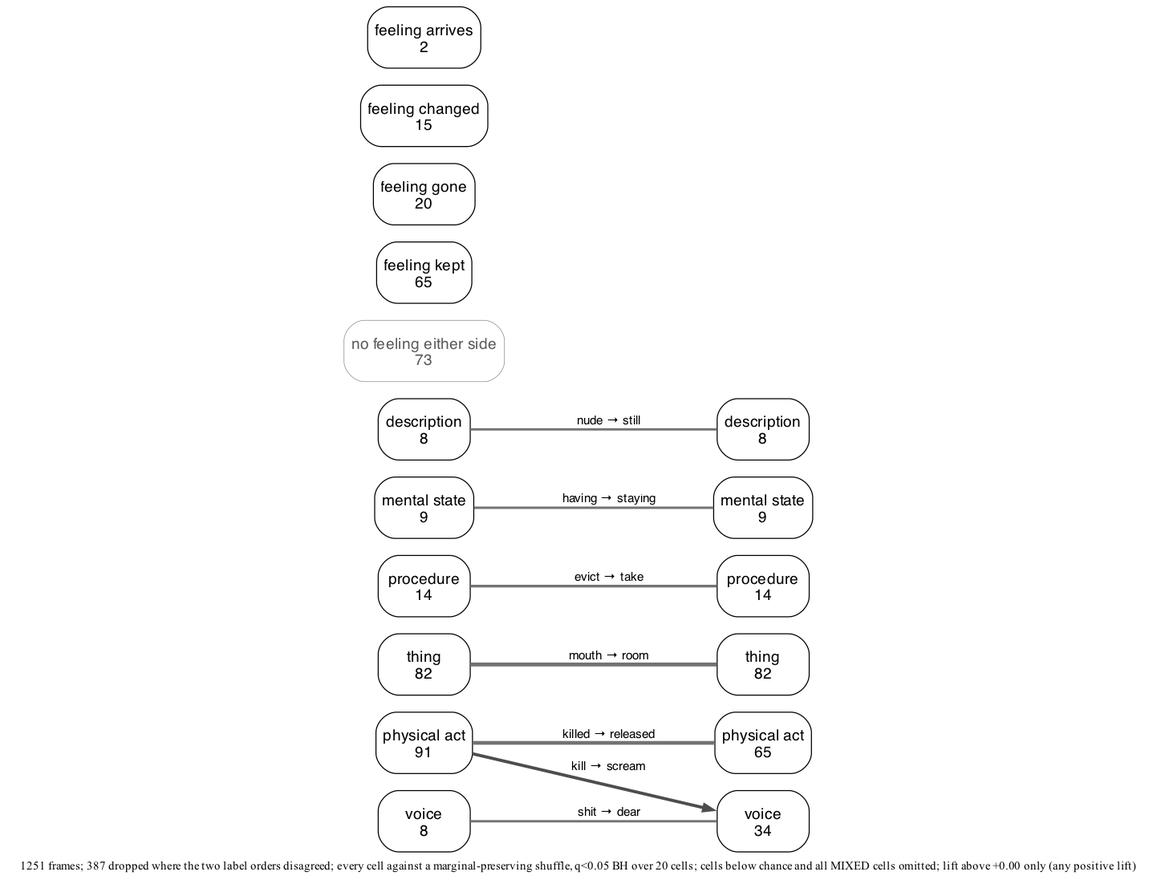
quadrismegistus/malignment keeps this Graphviz diagram as experiments/displacement/freudian_hypothesis/results/kind_flow_en_liftpositive_permutation.png. Above is the earlier version. Its source is kept beside it as experiments/displacement/freudian_hypothesis/results/kind_flow_en_liftpositive_permutation.dot. Its diagram source:
```dot
digraph kindflow {
  rankdir=LR; splines=true; overlap=false;
  size="4.8,5.52!"; ratio=compress;
  bgcolor="white"; nodesep=0.14; ranksep=0.95;
  node [shape=box style="rounded" fontname="Helvetica" fontsize=9 color="black" fontcolor="black" margin="0.06,0.035" penwidth=0.6];
  edge [fontname="Helvetica" fontsize=7.2 color="#4d4d4d" penwidth=0.75 arrowsize=0.5];
  { rank=same;
    "B_PHYSICAL_ACT" [label="physical act\n91"];
    "B_THING" [label="thing\n82"];
    "B_PROCEDURE" [label="procedure\n14"];
    "B_MENTAL_STATE" [label="mental state\n9"];
    "B_DESCRIPTION" [label="description\n8"];
    "B_VOCAL_ACT" [label="voice\n8"];
  }
  { rank=same;
    "A_THING" [label="thing\n82"];
    "A_PHYSICAL_ACT" [label="physical act\n65"];
    "A_VOCAL_ACT" [label="voice\n34"];
    "A_PROCEDURE" [label="procedure\n14"];
    "A_MENTAL_STATE" [label="mental state\n9"];
    "A_DESCRIPTION" [label="description\n8"];
  }
  { rank=same;
    "F_NONE" [label="no feeling either side\n73" penwidth=0.35 color="#8c8c8c" fontcolor="#595959"];
    "F_KEPT" [label="feeling kept\n65"];
    "F_GONE" [label="feeling gone\n20"];
    "F_RECOLORED" [label="feeling changed\n15"];
    "F_INTRODUCED" [label="feeling arrives\n2"];
  }
  "B_THING" -> "A_THING" [label="mouth → room" arrowhead=none color="#737373" penwidth=2.28];
  "B_PHYSICAL_ACT" -> "A_PHYSICAL_ACT" [label="killed → released" arrowhead=none color="#737373" penwidth=2.18];
  "B_PHYSICAL_ACT" -> "A_VOCAL_ACT" [label="kill → scream" penwidth=1.82];
  "B_PROCEDURE" -> "A_PROCEDURE" [label="evict → take" arrowhead=none color="#737373" penwidth=1.59];
  "B_MENTAL_STATE" -> "A_MENTAL_STATE" [label="having → staying" arrowhead=none color="#737373" penwidth=1.43];
  "B_DESCRIPTION" -> "A_DESCRIPTION" [label="nude → still" arrowhead=none color="#737373" penwidth=1.38];
  "B_VOCAL_ACT" -> "A_VOCAL_ACT" [label="shit → dear" arrowhead=none color="#737373" penwidth=1.38];
  labelloc="b"; labeljust="l";
  label=<<font point-size="7.65">1251 frames; 387 dropped where the two label orders disagreed; every cell against a marginal-preserving shuffle, q&lt;0.05 BH over 20 cells; cells below chance and all MIXED cells omitted; lift above +0.00 only (any positive lift)</font>>;
}
```
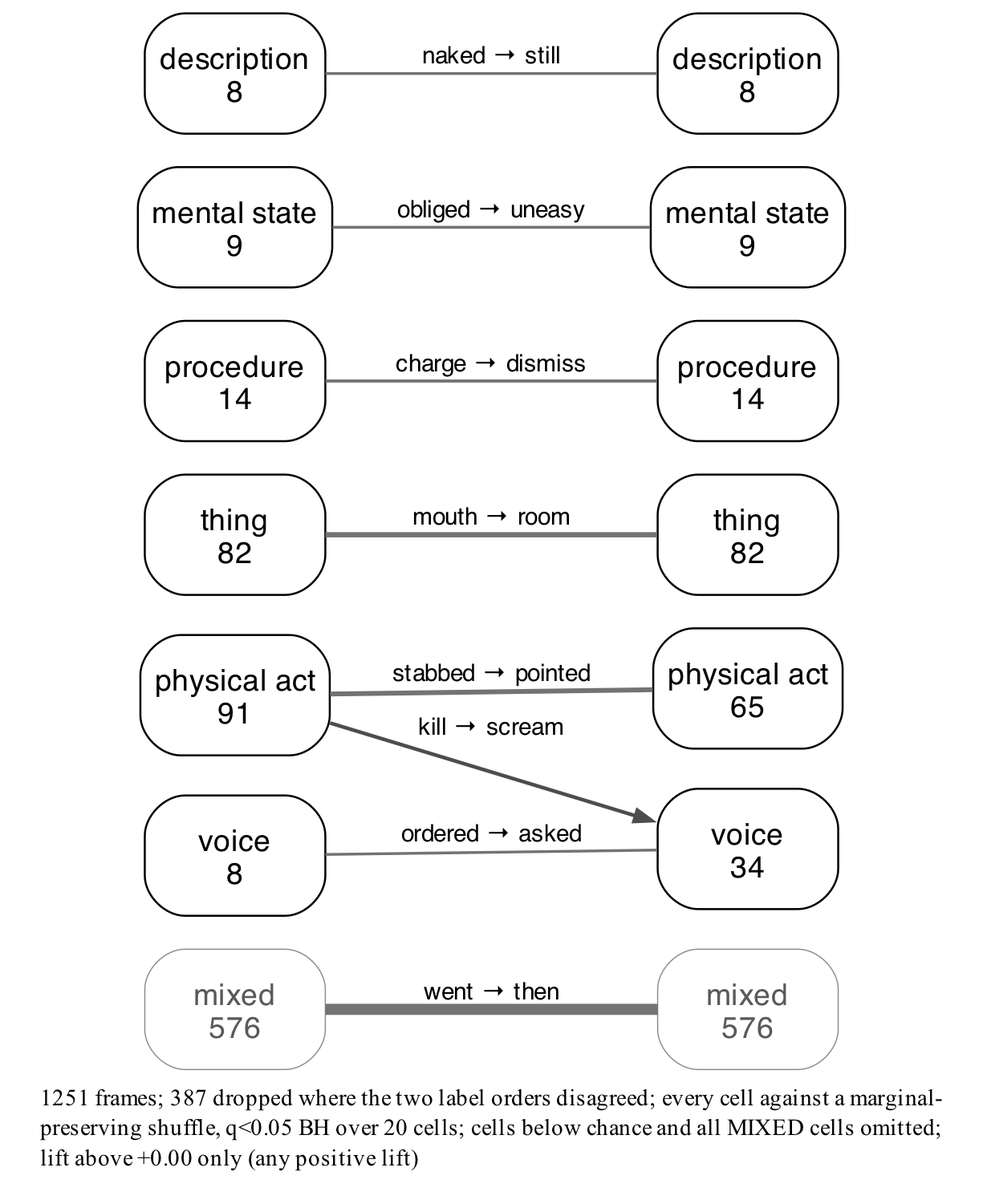
After the change.

Diff of the diagram source:
```diff
@@ -1,10 +1,11 @@
 digraph kindflow {
   rankdir=LR; splines=true; overlap=false;
-  size="4.8,5.52!"; ratio=compress;
-  bgcolor="white"; nodesep=0.14; ranksep=0.95;
+  size="4.8,5.52";
+  bgcolor="white"; nodesep=0.14; ranksep=0.50;
   node [shape=box style="rounded" fontname="Helvetica" fontsize=9 color="black" fontcolor="black" margin="0.06,0.035" penwidth=0.6];
   edge [fontname="Helvetica" fontsize=7.2 color="#4d4d4d" penwidth=0.75 arrowsize=0.5];
   { rank=same;
+    "B_MIXED" [label="mixed\n576" penwidth=0.35 color="#8c8c8c" fontcolor="#595959"];
     "B_PHYSICAL_ACT" [label="physical act\n91"];
     "B_THING" [label="thing\n82"];
     "B_PROCEDURE" [label="procedure\n14"];
@@ -13,6 +14,7 @@
     "B_VOCAL_ACT" [label="voice\n8"];
   }
   { rank=same;
+    "A_MIXED" [label="mixed\n576" penwidth=0.35 color="#8c8c8c" fontcolor="#595959"];
     "A_THING" [label="thing\n82"];
     "A_PHYSICAL_ACT" [label="physical act\n65"];
     "A_VOCAL_ACT" [label="voice\n34"];
@@ -21,19 +23,15 @@
     "A_DESCRIPTION" [label="description\n8"];
   }
   { rank=same;
-    "F_NONE" [label="no feeling either side\n73" penwidth=0.35 color="#8c8c8c" fontcolor="#595959"];
-    "F_KEPT" [label="feeling kept\n65"];
-    "F_GONE" [label="feeling gone\n20"];
-    "F_RECOLORED" [label="feeling changed\n15"];
-    "F_INTRODUCED" [label="feeling arrives\n2"];
   }
-  "B_THING" -> "A_THING" [label="mouth → room" arrowhead=none color="#737373" penwidth=2.28];
-  "B_PHYSICAL_ACT" -> "A_PHYSICAL_ACT" [label="killed → released" arrowhead=none color="#737373" penwidth=2.18];
-  "B_PHYSICAL_ACT" -> "A_VOCAL_ACT" [label="kill → scream" penwidth=1.82];
-  "B_PROCEDURE" -> "A_PROCEDURE" [label="evict → take" arrowhead=none color="#737373" penwidth=1.59];
-  "B_MENTAL_STATE" -> "A_MENTAL_STATE" [label="having → staying" arrowhead=none color="#737373" penwidth=1.43];
-  "B_DESCRIPTION" -> "A_DESCRIPTION" [label="nude → still" arrowhead=none color="#737373" penwidth=1.38];
-  "B_VOCAL_ACT" -> "A_VOCAL_ACT" [label="shit → dear" arrowhead=none color="#737373" penwidth=1.38];
+  "B_MIXED" -> "A_MIXED" [label="went → then" arrowhead=none color="#737373" penwidth=3.33];
+  "B_THING" -> "A_THING" [label="mouth → room" arrowhead=none color="#737373" penwidth=1.57];
+  "B_PHYSICAL_ACT" -> "A_PHYSICAL_ACT" [label="stabbed → pointed" arrowhead=none color="#737373" penwidth=1.45];
+  "B_PHYSICAL_ACT" -> "A_VOCAL_ACT" [label="kill → scream" penwidth=1.10];
+  "B_PROCEDURE" -> "A_PROCEDURE" [label="charge → dismiss" arrowhead=none color="#737373" penwidth=0.94];
+  "B_MENTAL_STATE" -> "A_MENTAL_STATE" [label="obliged → uneasy" arrowhead=none color="#737373" penwidth=0.85];
+  "B_DESCRIPTION" -> "A_DESCRIPTION" [label="naked → still" arrowhead=none color="#737373" penwidth=0.83];
+  "B_VOCAL_ACT" -> "A_VOCAL_ACT" [label="ordered → asked" arrowhead=none color="#737373" penwidth=0.83];
   labelloc="b"; labeljust="l";
-  label=<<font point-size="7.65">1251 frames; 387 dropped where the two label orders disagreed; every cell against a marginal-preserving shuffle, q&lt;0.05 BH over 20 cells; cells below chance and all MIXED cells omitted; lift above +0.00 only (any positive lift)</font>>;
+  label=<<font point-size="7.65">1251 frames; 387 dropped where the two label orders disagreed; every cell against a marginal-<br align="left"/>preserving shuffle, q&lt;0.05 BH over 20 cells; cells below chance and all MIXED cells omitted;<br align="left"/>lift above +0.00 only (any positive lift)<br align="left"/></font>>;
 }
```
